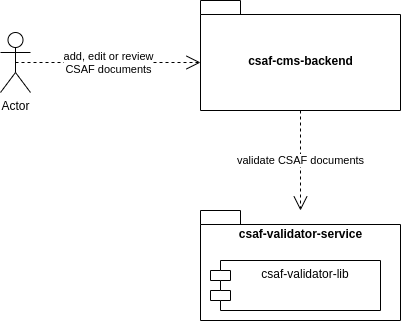
This is documents/business-context.drawio.png from secvisogram/csaf-cms-backend, a draw.io export, as it was before one commit. Source tidied: cells renumbered, new cells last; positions are measured from the earlier drawing's top-left corner, leaving out a move shared by most shapes.
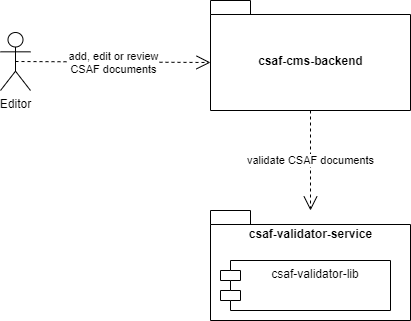
Above is the later version.

Change to the diagram source:
```diff
@@ -2,8 +2,8 @@
   <root>
     <mxCell id="0" />
     <mxCell id="1" parent="0" />
-    <mxCell id="2" value="Actor" style="shape=umlActor;verticalLabelPosition=bottom;verticalAlign=top;html=1;outlineConnect=0;" parent="1" vertex="1">
-      <mxGeometry y="32" width="30" height="60" as="geometry" />
+    <mxCell id="2" value="Editor" style="shape=umlActor;verticalLabelPosition=bottom;verticalAlign=top;html=1;outlineConnect=0;" parent="1" vertex="1">
+      <mxGeometry x="-10" y="32" width="30" height="58" as="geometry" />
     </mxCell>
     <mxCell id="3" value="csaf-cms-backend" style="shape=folder;fontStyle=1;spacingTop=10;tabWidth=40;tabHeight=14;tabPosition=left;html=1;" parent="1" vertex="1">
       <mxGeometry x="200" width="200" height="110" as="geometry" />
```
